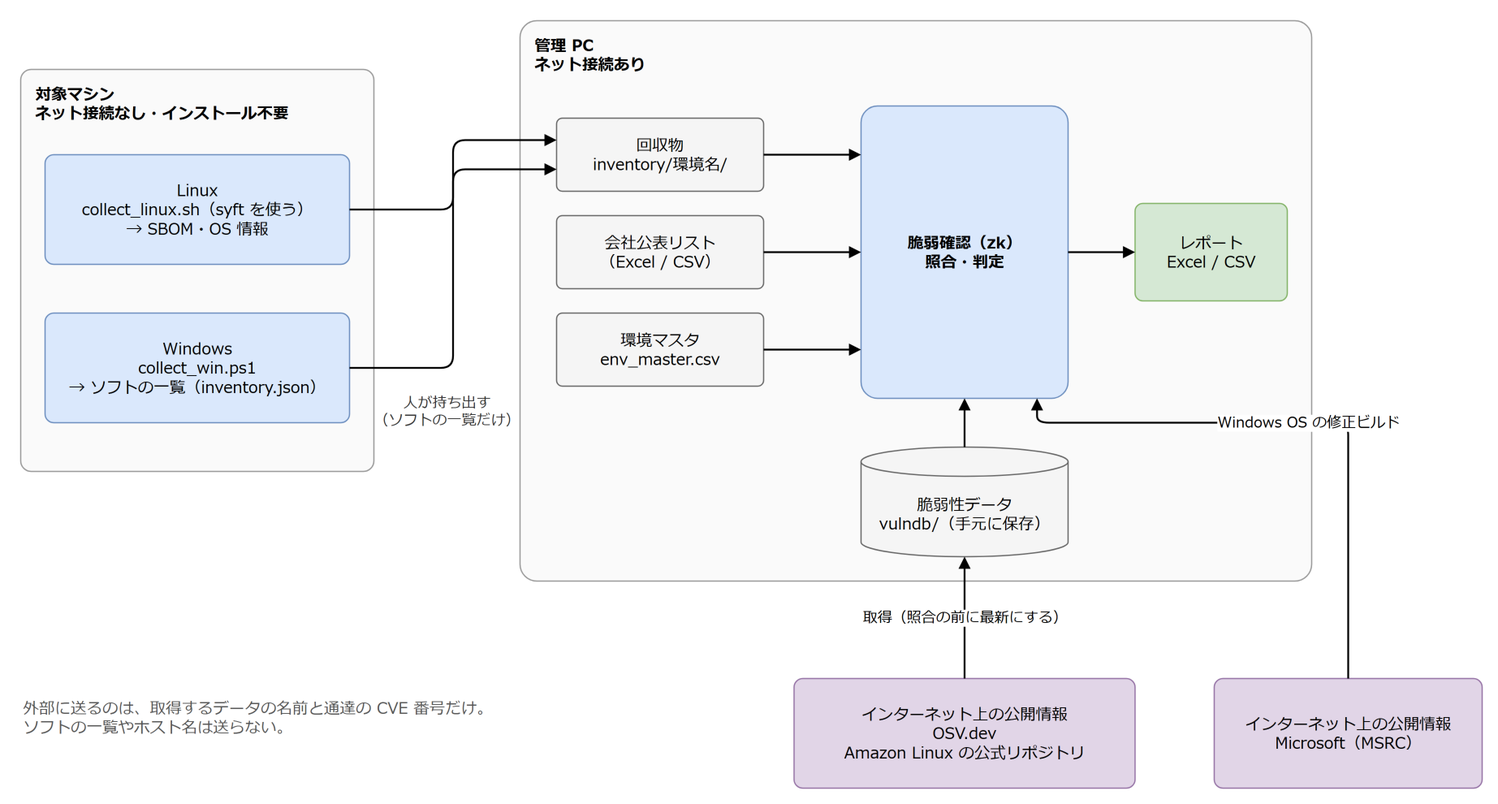
This is docs/images/architecture.drawio.png from hsgwa/cve_chk, a draw.io export, as it was before one commit. Source tidied: cells renumbered, new cells last; positions are measured from the earlier drawing's top-left corner, leaving out a move shared by most shapes.
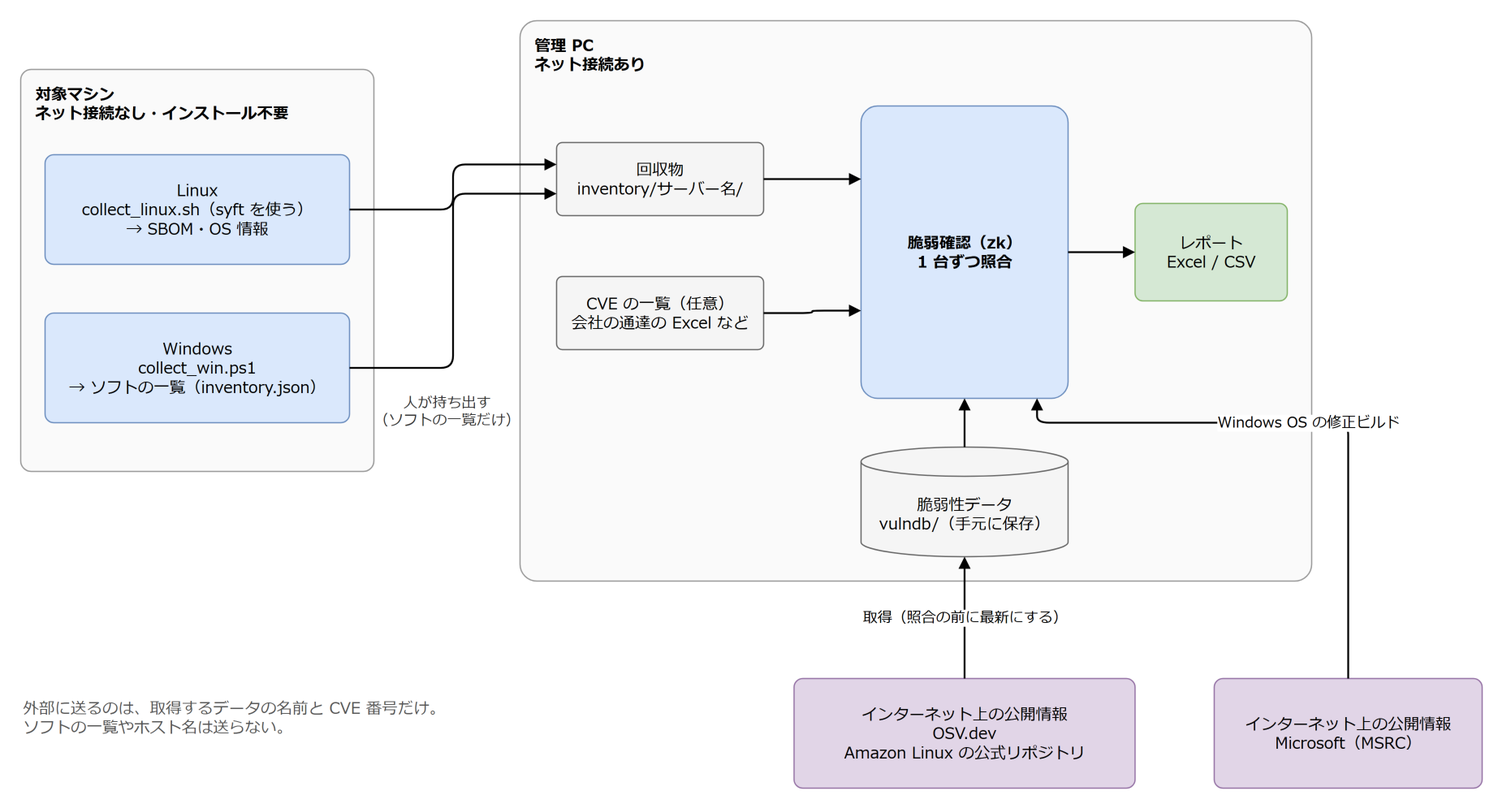
The same file after the commit.

Diff of the diagram source:
```diff
@@ -17,64 +17,58 @@
     <mxCell id="6" value="管理 PC&lt;br&gt;ネット接続あり" style="rounded=1;whiteSpace=wrap;html=1;arcSize=3;verticalAlign=top;align=left;spacingLeft=10;spacingTop=6;fontStyle=1;fontFamily=Meiryo;fontSize=13;fillColor=#FAFAFA;strokeColor=#999999;" parent="1" vertex="1">
       <mxGeometry x="410" width="650" height="460" as="geometry" />
     </mxCell>
-    <mxCell id="7" value="回収物&lt;br&gt;inventory/環境名/" style="rounded=1;whiteSpace=wrap;html=1;arcSize=8;fontFamily=Meiryo;fontSize=13;fillColor=#F5F5F5;strokeColor=#666666;" parent="1" vertex="1">
-      <mxGeometry x="440" y="80" width="170" height="60" as="geometry" />
+    <mxCell id="7" value="回収物&lt;br&gt;inventory/サーバー名/" style="rounded=1;whiteSpace=wrap;html=1;arcSize=8;fontFamily=Meiryo;fontSize=13;fillColor=#F5F5F5;strokeColor=#666666;" parent="1" vertex="1">
+      <mxGeometry x="440" y="100" width="170" height="60" as="geometry" />
     </mxCell>
-    <mxCell id="8" value="会社公表リスト&lt;br&gt;（Excel / CSV）" style="rounded=1;whiteSpace=wrap;html=1;arcSize=8;fontFamily=Meiryo;fontSize=13;fillColor=#F5F5F5;strokeColor=#666666;" parent="1" vertex="1">
-      <mxGeometry x="440" y="160" width="170" height="60" as="geometry" />
+    <mxCell id="8" value="CVE の一覧（任意）&lt;br&gt;会社の通達の Excel など" style="rounded=1;whiteSpace=wrap;html=1;arcSize=8;fontFamily=Meiryo;fontSize=13;fillColor=#F5F5F5;strokeColor=#666666;" parent="1" vertex="1">
+      <mxGeometry x="440" y="210" width="170" height="60" as="geometry" />
     </mxCell>
-    <mxCell id="9" value="環境マスタ&lt;br&gt;env_master.csv" style="rounded=1;whiteSpace=wrap;html=1;arcSize=8;fontFamily=Meiryo;fontSize=13;fillColor=#F5F5F5;strokeColor=#666666;" parent="1" vertex="1">
-      <mxGeometry x="440" y="240" width="170" height="60" as="geometry" />
+    <mxCell id="9" value="脆弱確認（zk）&lt;br&gt;1 台ずつ照合" style="rounded=1;whiteSpace=wrap;html=1;arcSize=8;fontFamily=Meiryo;fontSize=13;fillColor=#DAE8FC;strokeColor=#6C8EBF;fontStyle=1;" parent="1" vertex="1">
+      <mxGeometry x="690" y="70" width="170" height="240" as="geometry" />
     </mxCell>
-    <mxCell id="10" value="脆弱確認（zk）&lt;br&gt;照合・判定" style="rounded=1;whiteSpace=wrap;html=1;arcSize=8;fontFamily=Meiryo;fontSize=13;fillColor=#DAE8FC;strokeColor=#6C8EBF;fontStyle=1;" parent="1" vertex="1">
-      <mxGeometry x="690" y="70" width="170" height="240" as="geometry" />
+    <mxCell id="10" value="脆弱性データ&lt;br&gt;vulndb/（手元に保存）" style="shape=cylinder3;whiteSpace=wrap;html=1;boundedLbl=1;size=12;fontFamily=Meiryo;fontSize=13;fillColor=#F5F5F5;strokeColor=#666666;" parent="1" vertex="1">
+      <mxGeometry x="690" y="350" width="170" height="90" as="geometry" />
     </mxCell>
-    <mxCell id="11" value="脆弱性データ&lt;br&gt;vulndb/（手元に保存）" style="shape=cylinder3;whiteSpace=wrap;html=1;boundedLbl=1;size=12;fontFamily=Meiryo;fontSize=13;fillColor=#F5F5F5;strokeColor=#666666;" parent="1" vertex="1">
-      <mxGeometry x="690" y="350" width="170" height="90" as="geometry" />
+    <mxCell id="11" value="レポート&lt;br&gt;Excel / CSV" style="rounded=1;whiteSpace=wrap;html=1;arcSize=8;fontFamily=Meiryo;fontSize=13;fillColor=#D5E8D4;strokeColor=#82B366;" parent="1" vertex="1">
+      <mxGeometry x="915" y="150" width="125" height="80" as="geometry" />
     </mxCell>
-    <mxCell id="12" value="レポート&lt;br&gt;Excel / CSV" style="rounded=1;whiteSpace=wrap;html=1;arcSize=8;fontFamily=Meiryo;fontSize=13;fillColor=#D5E8D4;strokeColor=#82B366;" parent="1" vertex="1">
-      <mxGeometry x="915" y="150" width="125" height="80" as="geometry" />
+    <mxCell id="12" value="インターネット上の公開情報&lt;br&gt;OSV.dev&lt;br&gt;Amazon Linux の公式リポジトリ" style="rounded=1;whiteSpace=wrap;html=1;arcSize=8;fontFamily=Meiryo;fontSize=13;fillColor=#E1D5E7;strokeColor=#9673A6;" parent="1" vertex="1">
+      <mxGeometry x="635" y="540" width="280" height="90" as="geometry" />
     </mxCell>
-    <mxCell id="13" value="インターネット上の公開情報&lt;br&gt;OSV.dev&lt;br&gt;Amazon Linux の公式リポジトリ" style="rounded=1;whiteSpace=wrap;html=1;arcSize=8;fontFamily=Meiryo;fontSize=13;fillColor=#E1D5E7;strokeColor=#9673A6;" parent="1" vertex="1">
-      <mxGeometry x="635" y="540" width="280" height="90" as="geometry" />
+    <mxCell id="13" value="インターネット上の公開情報&lt;br&gt;Microsoft（MSRC）" style="rounded=1;whiteSpace=wrap;html=1;arcSize=8;fontFamily=Meiryo;fontSize=13;fillColor=#E1D5E7;strokeColor=#9673A6;" parent="1" vertex="1">
+      <mxGeometry x="980" y="540" width="220" height="90" as="geometry" />
     </mxCell>
-    <mxCell id="14" value="インターネット上の公開情報&lt;br&gt;Microsoft（MSRC）" style="rounded=1;whiteSpace=wrap;html=1;arcSize=8;fontFamily=Meiryo;fontSize=13;fillColor=#E1D5E7;strokeColor=#9673A6;" parent="1" vertex="1">
-      <mxGeometry x="980" y="540" width="220" height="90" as="geometry" />
+    <mxCell id="14" style="edgeStyle=orthogonalEdgeStyle;rounded=1;html=1;endArrow=block;endFill=1;strokeWidth=1.5;fontFamily=Meiryo;fontSize=13;fontSize=12;labelBackgroundColor=#FFFFFF;exitX=1;exitY=0.5;exitDx=0;exitDy=0;entryX=0;entryY=0.3;entryDx=0;entryDy=0;" parent="1" edge="1" source="3" target="7">
+      <mxGeometry relative="1" as="geometry" />
     </mxCell>
-    <mxCell id="15" style="edgeStyle=orthogonalEdgeStyle;rounded=1;html=1;endArrow=block;endFill=1;strokeWidth=1.5;fontFamily=Meiryo;fontSize=13;fontSize=12;labelBackgroundColor=#FFFFFF;exitX=1;exitY=0.5;exitDx=0;exitDy=0;entryX=0;entryY=0.3;entryDx=0;entryDy=0;" parent="1" edge="1" source="3" target="7">
+    <mxCell id="15" style="edgeStyle=orthogonalEdgeStyle;rounded=1;html=1;endArrow=block;endFill=1;strokeWidth=1.5;fontFamily=Meiryo;fontSize=13;fontSize=12;labelBackgroundColor=#FFFFFF;exitX=1;exitY=0.5;exitDx=0;exitDy=0;entryX=0;entryY=0.7;entryDx=0;entryDy=0;" parent="1" edge="1" source="4" target="7">
       <mxGeometry relative="1" as="geometry" />
     </mxCell>
-    <mxCell id="16" style="edgeStyle=orthogonalEdgeStyle;rounded=1;html=1;endArrow=block;endFill=1;strokeWidth=1.5;fontFamily=Meiryo;fontSize=13;fontSize=12;labelBackgroundColor=#FFFFFF;exitX=1;exitY=0.5;exitDx=0;exitDy=0;entryX=0;entryY=0.7;entryDx=0;entryDy=0;" parent="1" edge="1" source="4" target="7">
+    <mxCell id="16" style="edgeStyle=orthogonalEdgeStyle;rounded=1;html=1;endArrow=block;endFill=1;strokeWidth=1.5;fontFamily=Meiryo;fontSize=13;fontSize=12;labelBackgroundColor=#FFFFFF;exitX=1;exitY=0.5;exitDx=0;exitDy=0;entryX=0;entryY=0.25;entryDx=0;entryDy=0;" parent="1" edge="1" source="7" target="9">
       <mxGeometry relative="1" as="geometry" />
     </mxCell>
-    <mxCell id="17" style="edgeStyle=orthogonalEdgeStyle;rounded=1;html=1;endArrow=block;endFill=1;strokeWidth=1.5;fontFamily=Meiryo;fontSize=13;fontSize=12;labelBackgroundColor=#FFFFFF;exitX=1;exitY=0.5;exitDx=0;exitDy=0;entryX=0;entryY=0.16666666666666666;entryDx=0;entryDy=0;" parent="1" edge="1" source="7" target="10">
+    <mxCell id="17" style="edgeStyle=orthogonalEdgeStyle;rounded=1;html=1;endArrow=block;endFill=1;strokeWidth=1.5;fontFamily=Meiryo;fontSize=13;fontSize=12;labelBackgroundColor=#FFFFFF;exitX=1;exitY=0.5;exitDx=0;exitDy=0;entryX=0;entryY=0.7;entryDx=0;entryDy=0;" parent="1" edge="1" source="8" target="9">
       <mxGeometry relative="1" as="geometry" />
     </mxCell>
-    <mxCell id="18" style="edgeStyle=orthogonalEdgeStyle;rounded=1;html=1;endArrow=block;endFill=1;strokeWidth=1.5;fontFamily=Meiryo;fontSize=13;fontSize=12;labelBackgroundColor=#FFFFFF;exitX=1;exitY=0.5;exitDx=0;exitDy=0;entryX=0;entryY=0.5;entryDx=0;entryDy=0;" parent="1" edge="1" source="8" target="10">
+    <mxCell id="18" style="edgeStyle=orthogonalEdgeStyle;rounded=1;html=1;endArrow=block;endFill=1;strokeWidth=1.5;fontFamily=Meiryo;fontSize=13;fontSize=12;labelBackgroundColor=#FFFFFF;exitX=0.5;exitY=0;exitDx=0;exitDy=0;entryX=0.5;entryY=1;entryDx=0;entryDy=0;" parent="1" edge="1" source="10" target="9">
       <mxGeometry relative="1" as="geometry" />
     </mxCell>
-    <mxCell id="19" style="edgeStyle=orthogonalEdgeStyle;rounded=1;html=1;endArrow=block;endFill=1;strokeWidth=1.5;fontFamily=Meiryo;fontSize=13;fontSize=12;labelBackgroundColor=#FFFFFF;exitX=1;exitY=0.5;exitDx=0;exitDy=0;entryX=0;entryY=0.8333333333333334;entryDx=0;entryDy=0;" parent="1" edge="1" source="9" target="10">
+    <mxCell id="19" style="edgeStyle=orthogonalEdgeStyle;rounded=1;html=1;endArrow=block;endFill=1;strokeWidth=1.5;fontFamily=Meiryo;fontSize=13;fontSize=12;labelBackgroundColor=#FFFFFF;exitX=1;exitY=0.5;exitDx=0;exitDy=0;entryX=0;entryY=0.5;entryDx=0;entryDy=0;" parent="1" edge="1" source="9" target="11">
       <mxGeometry relative="1" as="geometry" />
     </mxCell>
-    <mxCell id="20" style="edgeStyle=orthogonalEdgeStyle;rounded=1;html=1;endArrow=block;endFill=1;strokeWidth=1.5;fontFamily=Meiryo;fontSize=13;fontSize=12;labelBackgroundColor=#FFFFFF;exitX=0.5;exitY=0;exitDx=0;exitDy=0;entryX=0.5;entryY=1;entryDx=0;entryDy=0;" parent="1" edge="1" source="11" target="10">
+    <mxCell id="20" value="取得（照合の前に最新にする）" style="edgeStyle=orthogonalEdgeStyle;rounded=1;html=1;endArrow=block;endFill=1;strokeWidth=1.5;fontFamily=Meiryo;fontSize=13;fontSize=12;labelBackgroundColor=#FFFFFF;exitX=0.5;exitY=0;exitDx=0;exitDy=0;entryX=0.5;entryY=1;entryDx=0;entryDy=0;" parent="1" edge="1" source="12" target="10">
       <mxGeometry relative="1" as="geometry" />
     </mxCell>
-    <mxCell id="21" style="edgeStyle=orthogonalEdgeStyle;rounded=1;html=1;endArrow=block;endFill=1;strokeWidth=1.5;fontFamily=Meiryo;fontSize=13;fontSize=12;labelBackgroundColor=#FFFFFF;exitX=1;exitY=0.5;exitDx=0;exitDy=0;entryX=0;entryY=0.5;entryDx=0;entryDy=0;" parent="1" edge="1" source="10" target="12">
-      <mxGeometry relative="1" as="geometry" />
+    <mxCell id="21" value="Windows OS の修正ビルド" style="edgeStyle=orthogonalEdgeStyle;rounded=1;html=1;endArrow=block;endFill=1;strokeWidth=1.5;fontFamily=Meiryo;fontSize=13;fontSize=12;labelBackgroundColor=#FFFFFF;exitX=0.5;exitY=0;exitDx=0;exitDy=0;entryX=0.85;entryY=1;entryDx=0;entryDy=0;" parent="1" edge="1" source="13" target="9">
+      <mxGeometry relative="1" as="geometry">
+        <Array as="points">
+          <mxPoint x="1090" y="330" />
+          <mxPoint x="834" y="330" />
+        </Array>
+      </mxGeometry>
     </mxCell>
-    <mxCell id="22" value="取得（照合の前に最新にする）" style="edgeStyle=orthogonalEdgeStyle;rounded=1;html=1;endArrow=block;endFill=1;strokeWidth=1.5;fontFamily=Meiryo;fontSize=13;fontSize=12;labelBackgroundColor=#FFFFFF;exitX=0.5;exitY=0;exitDx=0;exitDy=0;entryX=0.5;entryY=1;entryDx=0;entryDy=0;" parent="1" edge="1" source="13" target="11">
-      <mxGeometry relative="1" as="geometry" />
+    <mxCell id="22" value="外部に送るのは、取得するデータの名前と CVE 番号だけ。&lt;br&gt;ソフトの一覧やホスト名は送らない。" style="text;html=1;whiteSpace=wrap;align=left;verticalAlign=top;fontFamily=Meiryo;fontSize=13;fontColor=#555555;" parent="1" vertex="1">
+      <mxGeometry y="550" width="640" height="60" as="geometry" />
     </mxCell>
-    <mxCell id="23" value="Windows OS の修正ビルド" style="edgeStyle=orthogonalEdgeStyle;rounded=1;html=1;endArrow=block;endFill=1;strokeWidth=1.5;fontFamily=Meiryo;fontSize=13;fontSize=12;labelBackgroundColor=#FFFFFF;exitX=0.5;exitY=0;exitDx=0;exitDy=0;entryX=0.85;entryY=1;entryDx=0;entryDy=0;" parent="1" edge="1" source="14" target="10">
-      <mxGeometry relative="1" as="geometry">
-        <Array as="points">
-          <mxPoint x="1090" y="330" />
-          <mxPoint x="834" y="330" />
-        </Array>
-      </mxGeometry>
-    </mxCell>
-    <mxCell id="24" value="外部に送るのは、取得するデータの名前と通達の CVE 番号だけ。&lt;br&gt;ソフトの一覧やホスト名は送らない。" style="text;html=1;whiteSpace=wrap;align=left;verticalAlign=top;fontFamily=Meiryo;fontSize=13;fontColor=#555555;" parent="1" vertex="1">
-      <mxGeometry y="550" width="640" height="60" as="geometry" />
-    </mxCell>
   </root>
 </mxGraphModel>
```
